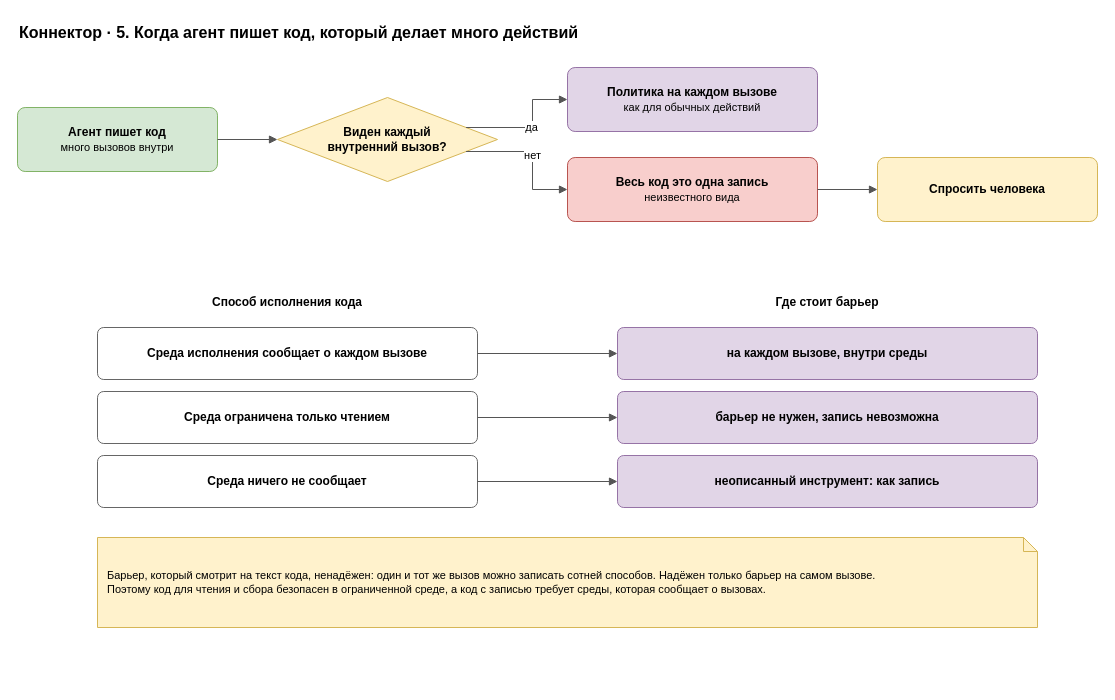
roygkov/reins keeps this draw.io diagram as page "5. Составные действия" (5 of 6) of docs/spec/harness-connector.drawio. Above is the earlier version. Source tidied: cells renumbered, new cells numbered last; positions are measured from the earlier drawing's top-left corner, leaving out a move shared by most shapes. Both pictures are drawn from the tidied source at 100%, with x=0, y=0 at pixel (17, 17).
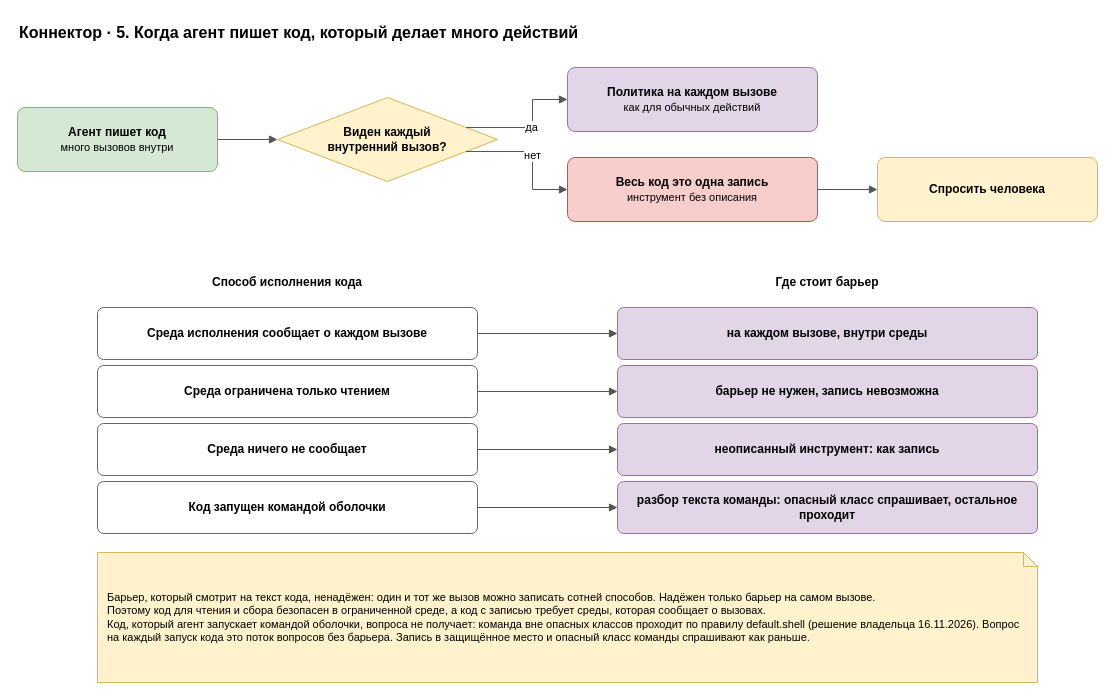
The same diagram, later.

Change to the diagram source:
```diff
@@
-    <mxCell id="6" value="&lt;b&gt;Весь код это одна запись&lt;/b&gt;&lt;br&gt;&lt;font style=&quot;font-size:11px&quot;&gt;неизвестного вида&lt;/font&gt;" style="rounded=1;whiteSpace=wrap;html=1;fillColor=#f8cecc;strokeColor=#b85450;arcSize=12;" parent="1" vertex="1">
+    <mxCell id="6" value="&lt;b&gt;Весь код это одна запись&lt;/b&gt;&lt;br&gt;&lt;font style=&quot;font-size:11px&quot;&gt;инструмент без описания&lt;/font&gt;" style="rounded=1;whiteSpace=wrap;html=1;fillColor=#f8cecc;strokeColor=#b85450;arcSize=12;" parent="1" vertex="1">
       <mxGeometry x="550" y="140" width="250" height="64" as="geometry" />
     </mxCell>
@@
     <mxCell id="12" value="Способ исполнения кода" style="text;html=1;align=center;verticalAlign=middle;whiteSpace=wrap;fontSize=12;strokeColor=none;fillColor=none;fontStyle=1;" parent="1" vertex="1">
-      <mxGeometry x="80" y="270" width="380" height="30" as="geometry" />
+      <mxGeometry x="80" y="250" width="380" height="30" as="geometry" />
     </mxCell>
     <mxCell id="13" value="Где стоит барьер" style="text;html=1;align=center;verticalAlign=middle;whiteSpace=wrap;fontSize=12;strokeColor=none;fillColor=none;fontStyle=1;" parent="1" vertex="1">
-      <mxGeometry x="600" y="270" width="420" height="30" as="geometry" />
+      <mxGeometry x="600" y="250" width="420" height="30" as="geometry" />
     </mxCell>
     <mxCell id="14" value="&lt;b&gt;Среда исполнения сообщает о каждом вызове&lt;/b&gt;" style="rounded=1;whiteSpace=wrap;html=1;fillColor=#ffffff;strokeColor=#666666;arcSize=12;" parent="1" vertex="1">
-      <mxGeometry x="80" y="310" width="380" height="52" as="geometry" />
+      <mxGeometry x="80" y="290" width="380" height="52" as="geometry" />
     </mxCell>
     <mxCell id="15" value="&lt;b&gt;на каждом вызове, внутри среды&lt;/b&gt;" style="rounded=1;whiteSpace=wrap;html=1;fillColor=#e1d5e7;strokeColor=#9673a6;arcSize=12;" parent="1" vertex="1">
-      <mxGeometry x="600" y="310" width="420" height="52" as="geometry" />
+      <mxGeometry x="600" y="290" width="420" height="52" as="geometry" />
     </mxCell>
@@
     <mxCell id="17" value="&lt;b&gt;Среда ограничена только чтением&lt;/b&gt;" style="rounded=1;whiteSpace=wrap;html=1;fillColor=#ffffff;strokeColor=#666666;arcSize=12;" parent="1" vertex="1">
-      <mxGeometry x="80" y="374" width="380" height="52" as="geometry" />
+      <mxGeometry x="80" y="348" width="380" height="52" as="geometry" />
     </mxCell>
     <mxCell id="18" value="&lt;b&gt;барьер не нужен, запись невозможна&lt;/b&gt;" style="rounded=1;whiteSpace=wrap;html=1;fillColor=#e1d5e7;strokeColor=#9673a6;arcSize=12;" parent="1" vertex="1">
-      <mxGeometry x="600" y="374" width="420" height="52" as="geometry" />
+      <mxGeometry x="600" y="348" width="420" height="52" as="geometry" />
     </mxCell>
@@
     <mxCell id="20" value="&lt;b&gt;Среда ничего не сообщает&lt;/b&gt;" style="rounded=1;whiteSpace=wrap;html=1;fillColor=#ffffff;strokeColor=#666666;arcSize=12;" parent="1" vertex="1">
-      <mxGeometry x="80" y="438" width="380" height="52" as="geometry" />
+      <mxGeometry x="80" y="406" width="380" height="52" as="geometry" />
     </mxCell>
     <mxCell id="21" value="&lt;b&gt;неописанный инструмент: как запись&lt;/b&gt;" style="rounded=1;whiteSpace=wrap;html=1;fillColor=#e1d5e7;strokeColor=#9673a6;arcSize=12;" parent="1" vertex="1">
-      <mxGeometry x="600" y="438" width="420" height="52" as="geometry" />
+      <mxGeometry x="600" y="406" width="420" height="52" as="geometry" />
     </mxCell>
@@
-    <mxCell id="23" value="Барьер, который смотрит на текст кода, ненадёжен: один и тот же вызов можно записать сотней способов. Надёжен только барьер на самом вызове.&lt;br&gt;Поэтому код для чтения и сбора безопасен в ограниченной среде, а код с записью требует среды, которая сообщает о вызовах." style="shape=note;whiteSpace=wrap;html=1;backgroundOutline=1;size=14;fillColor=#fff2cc;strokeColor=#d6b656;align=left;spacingLeft=8;spacingRight=8;fontSize=11;" parent="1" vertex="1">
-      <mxGeometry x="80" y="520" width="940" height="90" as="geometry" />
+    <mxCell id="23" value="&lt;b&gt;Код запущен командой оболочки&lt;/b&gt;" style="rounded=1;whiteSpace=wrap;html=1;fillColor=#ffffff;strokeColor=#666666;arcSize=12;" parent="1" vertex="1">
+      <mxGeometry x="80" y="464" width="380" height="52" as="geometry" />
     </mxCell>
+    <mxCell id="24" value="&lt;b&gt;разбор текста команды: опасный класс спрашивает, остальное проходит&lt;/b&gt;" style="rounded=1;whiteSpace=wrap;html=1;fillColor=#e1d5e7;strokeColor=#9673a6;arcSize=12;" parent="1" vertex="1">
+      <mxGeometry x="600" y="464" width="420" height="52" as="geometry" />
+    </mxCell>
+    <mxCell id="25" style="edgeStyle=orthogonalEdgeStyle;rounded=0;html=1;endArrow=block;endFill=1;strokeColor=#555555;fontSize=11;labelBackgroundColor=#ffffff;" parent="1" edge="1" source="23" target="24">
+      <mxGeometry relative="1" as="geometry" />
+    </mxCell>
+    <mxCell id="26" value="Барьер, который смотрит на текст кода, ненадёжен: один и тот же вызов можно записать сотней способов. Надёжен только барьер на самом вызове.&lt;br&gt;Поэтому код для чтения и сбора безопасен в ограниченной среде, а код с записью требует среды, которая сообщает о вызовах.&lt;br&gt;Код, который агент запускает командой оболочки, вопроса не получает: команда вне опасных классов проходит по правилу default.shell (решение владельца 16.11.2026). Вопрос на каждый запуск кода это поток вопросов без барьера. Запись в защищённое место и опасный класс команды спрашивают как раньше." style="shape=note;whiteSpace=wrap;html=1;backgroundOutline=1;size=14;fillColor=#fff2cc;strokeColor=#d6b656;align=left;spacingLeft=8;spacingRight=8;fontSize=11;" parent="1" vertex="1">
+      <mxGeometry x="80" y="535" width="940" height="130" as="geometry" />
+    </mxCell>
```
